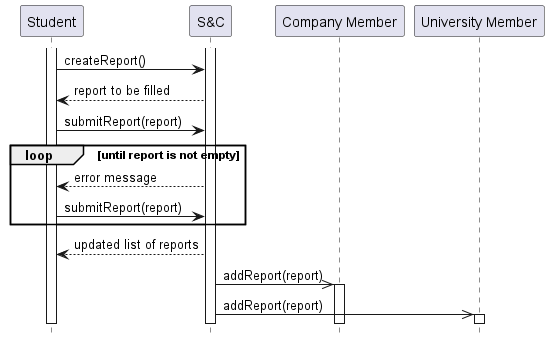
The PlantUML diagram RASD/Specific_requirements/uml_diagrams/UC25_diagram.png in matti8702/R_and_DD_project_SE2, before a commit.
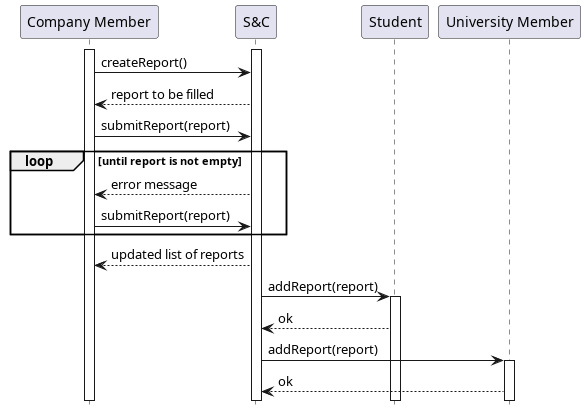
The same diagram one commit later.

Diff of the diagram source:
```diff
@@ -1,24 +1,25 @@
 @startuml UC25_diagram
 hide footbox
 
+participant "Company Member" as CM
+participant "S&C" AS S
 participant "Student" as ST
-participant "S&C" AS S
-participant "Company Member" as CM
 participant "University Member" as UM
 
+activate CM
+activate S
+CM -> S : createReport()
+S --> CM : report to be filled
+CM -> S : submitReport(report)
+loop until report is not empty
+    S --> CM : error message
+    CM -> S : submitReport(report)
+end
+S --> CM : updated list of reports
+S -> ST : addReport(report)
 activate ST
-activate S
-
-ST -> S : createReport()
-S --> ST : report to be filled
-ST -> S : submitReport(report)
-loop until report is not empty
-    S --> ST : error message
-    ST -> S : submitReport(report)
-end
-S --> ST : updated list of reports
-S ->> CM : addReport(report)
-activate CM
-S ->> UM : addReport(report)
+ST --> S : ok
+S -> UM : addReport(report)
 activate UM
+UM --> S : ok
 @enduml
```
